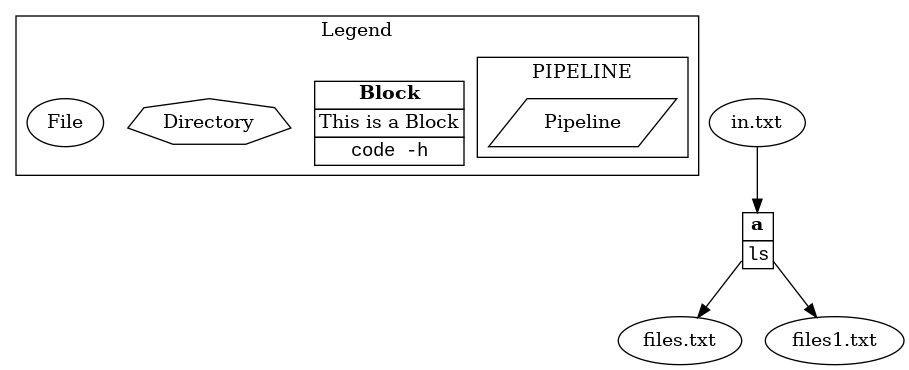
Above: examples/example/graph.png in tivvit/yap (Graphviz), before the change. Its source is kept beside it as examples/example/graph.dot.
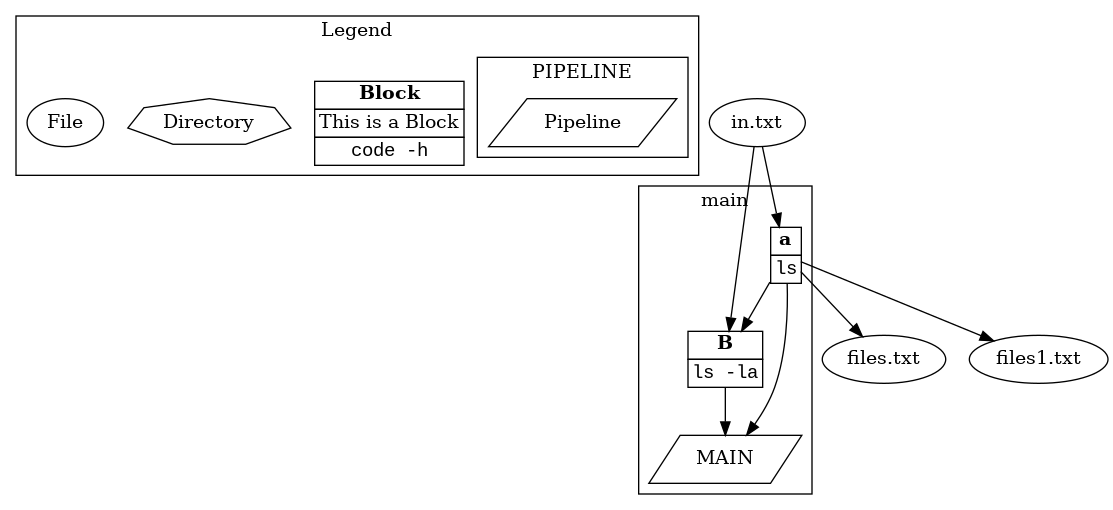
The same diagram one commit later.

Change to the diagram source:
```diff
@@ -1,23 +1,33 @@
 digraph  {
-	subgraph cluster_s0 {
-		ID = "cluster_s0";
+	subgraph cluster_s1 {
+		ID = "cluster_s1";
 		subgraph cluster_s0 {
 			ID = "cluster_s0";
 			label="PIPELINE";
-			n7[label="Pipeline",shape="parallelogram"];
+			n9[label="Pipeline",shape="parallelogram"];
 
 		}label="Legend";
-		n8[label=<<table border="0" cellborder="1" cellspacing="0"><tr><td><b>Block</b></td></tr><tr><td>This is a Block</td></tr><tr><td><font face="Courier New, Courier, monospace">code -h</font></td></tr></table>>,shape="plain"];
-		n6[label="Directory",shape="septagon"];
-		n5[label="File",shape="oval"];
+		n10[label=<<table border="0" cellborder="1" cellspacing="0"><tr><td><b>Block</b></td></tr><tr><td>This is a Block</td></tr><tr><td><font face="Courier New, Courier, monospace">code -h</font></td></tr></table>>,shape="plain"];
+		n8[label="Directory",shape="septagon"];
+		n7[label="File",shape="oval"];
+
+	}subgraph cluster_s0 {
+		ID = "cluster_s0";
+		label="main";
+		n2[label=<<table border="0" cellborder="1" cellspacing="0"><tr><td><b>B</b></td></tr><tr><td><font face="Courier New, Courier, monospace">ls -la</font></td></tr></table>>,shape="plain"];
+		n3[label=<<table border="0" cellborder="1" cellspacing="0"><tr><td><b>a</b></td></tr><tr><td><font face="Courier New, Courier, monospace">ls</font></td></tr></table>>,shape="plain"];
+		n1[label="MAIN",shape="parallelogram"];
 
 	}
-	n2[label=<<table border="0" cellborder="1" cellspacing="0"><tr><td><b>a</b></td></tr><tr><td><font face="Courier New, Courier, monospace">ls</font></td></tr></table>>,shape="plain"];
-	n1[label="files.txt",shape="oval"];
-	n4[label="files1.txt",shape="oval"];
-	n3[label="in.txt",shape="oval"];
+	n5[label="files.txt",shape="oval"];
+	n6[label="files1.txt",shape="oval"];
+	n4[label="in.txt",shape="oval"];
 	n2->n1;
-	n2->n4;
 	n3->n2;
+	n3->n1;
+	n3->n5;
+	n3->n6;
+	n4->n2;
+	n4->n3;
 
 }
```
